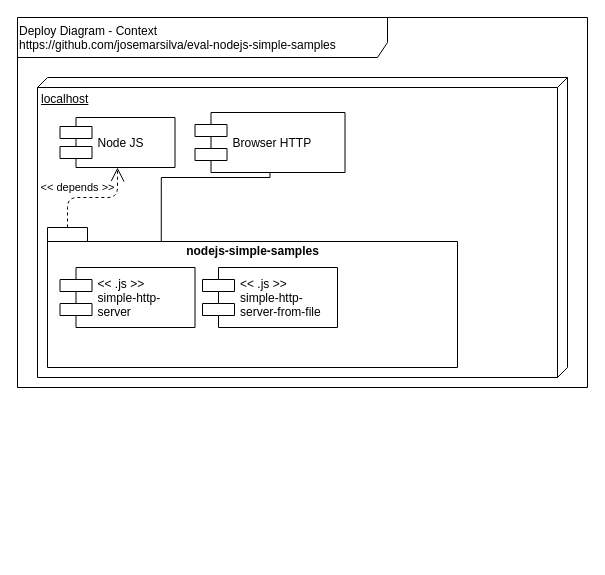
josemarsilva/eval-nodejs-simple-samples keeps this draw.io diagram as doc/DeployDiagram-Context.drawio. Above is the earlier version. Source tidied: cells renumbered, new cells numbered last; positions are measured from the earlier drawing's top-left corner, leaving out a move shared by most shapes. Both pictures are drawn from the tidied source at 100%, with x=0, y=0 at pixel (17, 17).
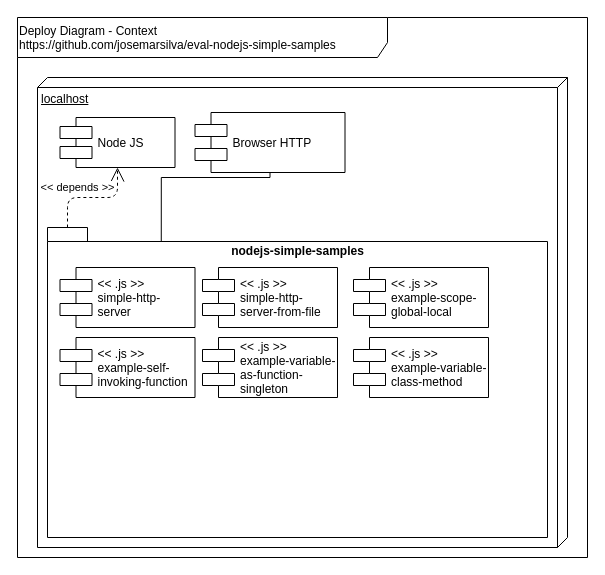
The same page after the edit.

Commit message (it also covers changes not shown here):
./doc UseCaseDiagram e DeployDiagram

The edit, as a diff of the source:
```diff
@@
 <mxGraphModel>
   <root>
     <mxCell id="0" />
     <mxCell id="1" parent="0" />
     <mxCell id="2" value="Deploy Diagram - Context&lt;br&gt;https://github.com/josemarsilva/eval-nodejs-simple-samples" style="shape=umlFrame;whiteSpace=wrap;html=1;width=370;height=40;verticalAlign=top;align=left;" parent="1" vertex="1">
-      <mxGeometry width="570" height="370" as="geometry" />
+      <mxGeometry width="570" height="540" as="geometry" />
     </mxCell>
     <mxCell id="3" value="localhost" style="verticalAlign=top;align=left;spacingTop=8;spacingLeft=2;spacingRight=12;shape=cube;size=10;direction=south;fontStyle=4;html=1;" parent="1" vertex="1">
-      <mxGeometry x="20" y="60" width="530" height="300" as="geometry" />
+      <mxGeometry x="20" y="60" width="530" height="470" as="geometry" />
     </mxCell>
     <mxCell id="4" value="Node JS" style="shape=component;align=left;spacingLeft=36;" parent="1" vertex="1">
       <mxGeometry x="42.5" y="100" width="115" height="50" as="geometry" />
     </mxCell>
     <mxCell id="5" style="edgeStyle=orthogonalEdgeStyle;rounded=0;jettySize=auto;html=1;endArrow=none;endFill=0;entryX=0.75;entryY=0;entryDx=0;entryDy=0;" parent="1" edge="1" source="6" target="8">
       <mxGeometry relative="1" as="geometry">
         <Array as="points">
           <mxPoint x="253" y="160" />
           <mxPoint x="144" y="160" />
         </Array>
       </mxGeometry>
     </mxCell>
     <mxCell id="6" value="Browser HTTP" style="shape=component;align=left;spacingLeft=36;" parent="1" vertex="1">
       <mxGeometry x="177.5" y="95" width="150" height="60" as="geometry" />
     </mxCell>
     <mxCell id="7" value="nodejs-simple-samples" style="shape=folder;fontStyle=1;spacingTop=10;tabWidth=40;tabHeight=14;tabPosition=left;html=1;verticalAlign=top;" parent="1" vertex="1">
-      <mxGeometry x="30" y="210" width="410" height="140" as="geometry" />
+      <mxGeometry x="30" y="210" width="500" height="310" as="geometry" />
     </mxCell>
     <mxCell id="8" value="&lt;&lt; .js &gt;&gt;&#10;simple-http-&#10;server" style="shape=component;align=left;spacingLeft=36;" parent="1" vertex="1">
       <mxGeometry x="42.5" y="250" width="135" height="60" as="geometry" />
     </mxCell>
     <mxCell id="9" value="&amp;lt;&amp;lt; depends &amp;gt;&amp;gt;" style="endArrow=open;endSize=12;dashed=1;html=1;exitX=0;exitY=0;exitDx=20;exitDy=0;exitPerimeter=0;edgeStyle=orthogonalEdgeStyle;" parent="1" edge="1" source="7" target="4">
       <mxGeometry x="-0.45" y="-14" relative="1" as="geometry">
         <mxPoint x="10" y="-24" as="offset" />
       </mxGeometry>
     </mxCell>
     <mxCell id="10" value="&lt;&lt; .js &gt;&gt;&#10;simple-http-&#10;server-from-file" style="shape=component;align=left;spacingLeft=36;" parent="1" vertex="1">
       <mxGeometry x="185" y="250" width="135" height="60" as="geometry" />
     </mxCell>
+    <mxCell id="11" value="&lt;&lt; .js &gt;&gt;&#10;example-variable-&#10;class-method" style="shape=component;align=left;spacingLeft=36;" parent="1" vertex="1">
+      <mxGeometry x="336" y="320" width="135" height="60" as="geometry" />
+    </mxCell>
+    <mxCell id="12" value="&lt;&lt; .js &gt;&gt;&#10;example-variable-&#10;as-function-&#10;singleton" style="shape=component;align=left;spacingLeft=36;" parent="1" vertex="1">
+      <mxGeometry x="185" y="320" width="135" height="60" as="geometry" />
+    </mxCell>
+    <mxCell id="13" value="&lt;&lt; .js &gt;&gt;&#10;example-self-&#10;invoking-function" style="shape=component;align=left;spacingLeft=36;" parent="1" vertex="1">
+      <mxGeometry x="42.5" y="320" width="135" height="60" as="geometry" />
+    </mxCell>
+    <mxCell id="14" value="&lt;&lt; .js &gt;&gt;&#10;example-scope-&#10;global-local" style="shape=component;align=left;spacingLeft=36;" parent="1" vertex="1">
+      <mxGeometry x="336" y="250" width="135" height="60" as="geometry" />
+    </mxCell>
   </root>
 </mxGraphModel>
```
